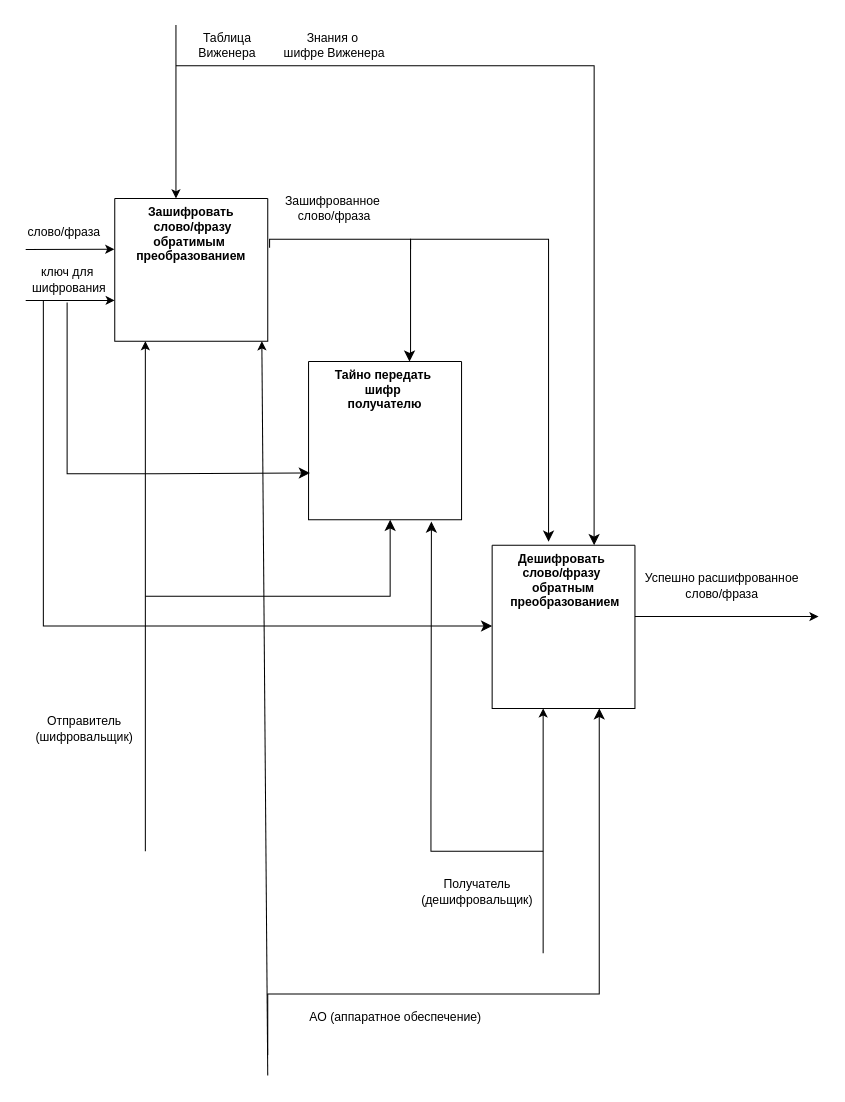
Before: page "IDEF уровень А1" (2 of 2) of Диаграмма без названия.drawio in Epicbro2222/IDEF0-diagram-, a draw.io diagram. Source tidied: cells renumbered, new cells numbered last; positions are measured from the earlier drawing's top-left corner, leaving out a move shared by most shapes. Both pictures are drawn from the tidied source at 102%, with x=0, y=0 at pixel (17, 24).
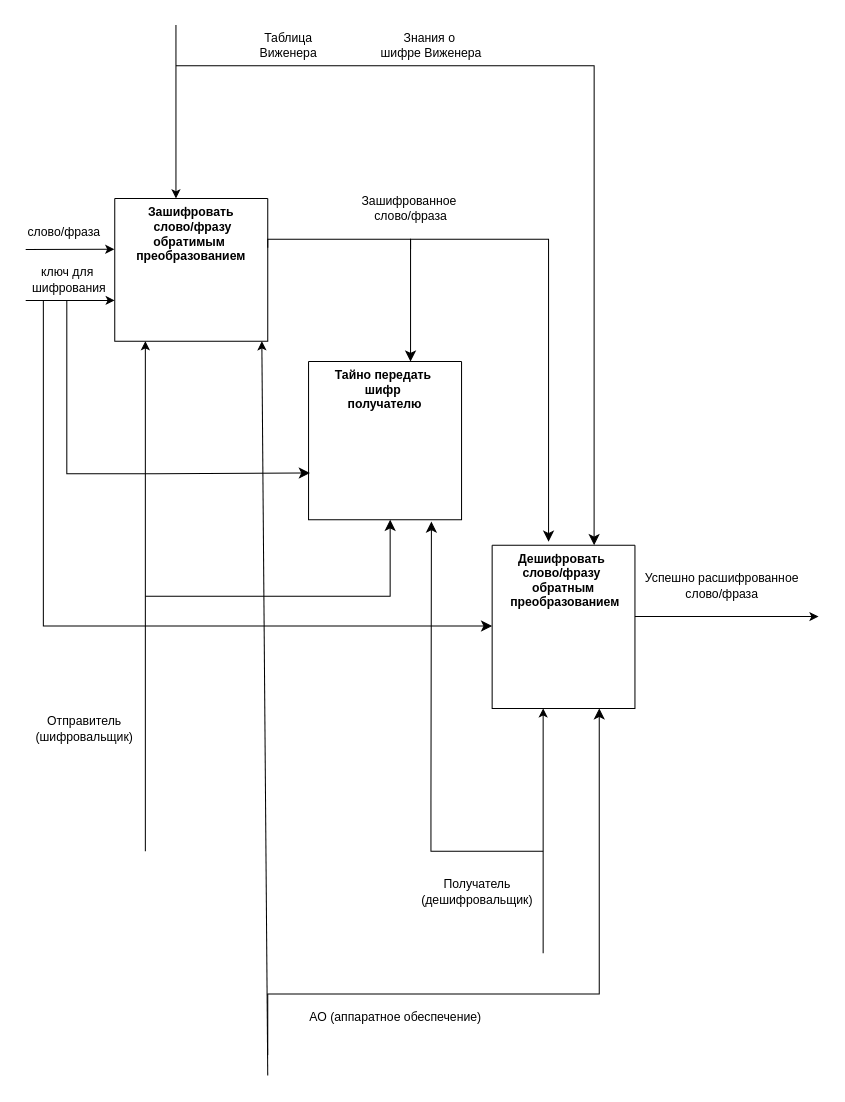
After the change.

The change refers to these unchanged cells:
```xml
<mxCell id="5" value="ключ для&amp;nbsp;&lt;div&gt;шифрования&lt;/div&gt;" style="text;html=1;align=center;verticalAlign=middle;points=[];strokeColor=none;fillColor=none;" parent="1" vertex="1">
  <mxGeometry y="230" width="100" height="40" as="geometry" />
</mxCell>
<mxCell id="6" value="Зашифровать&#10; слово/фразу обратимым &#10;преобразованием" style="swimlane;startSize=0;verticalAlign=top;whiteSpace=wrap;" parent="1" vertex="1">
  <mxGeometry x="95" y="170" width="150" height="140" as="geometry" />
</mxCell>
<mxCell id="7" value="Тайно передать &#10;шифр &#10;получателю" style="swimlane;startSize=0;verticalAlign=top;" parent="1" vertex="1">
  <mxGeometry x="285" y="330" width="150" height="155" as="geometry" />
</mxCell>
<mxCell id="8" value="Дешифровать &#10;слово/фразу &#10;обратным&#10; преобразованием&#10;&#10;" style="swimlane;startSize=0;verticalAlign=top;" parent="1" vertex="1">
  <mxGeometry x="465" y="510" width="140" height="160" as="geometry" />
</mxCell>
```

Diff of the diagram source:
```diff
@@
     <mxCell id="10" value="Таблица&lt;div&gt;Виженера&lt;/div&gt;" style="text;html=1;align=center;verticalAlign=middle;strokeColor=none;fillColor=none;" parent="1" vertex="1">
-      <mxGeometry x="165" width="80" height="40" as="geometry" />
+      <mxGeometry x="225" width="80" height="40" as="geometry" />
     </mxCell>
     <mxCell id="11" value="Знания о&amp;nbsp;&lt;div&gt;шифре Виженера&lt;/div&gt;" style="text;html=1;align=center;verticalAlign=middle;strokeColor=none;fillColor=none;" parent="1" vertex="1">
-      <mxGeometry x="250" width="120" height="40" as="geometry" />
+      <mxGeometry x="345" width="120" height="40" as="geometry" />
     </mxCell>
@@
-    <mxCell id="18" style="edgeStyle=segmentEdgeStyle;endArrow=classic;html=1;curved=0;rounded=0;endSize=8;startSize=8;exitX=1.012;exitY=0.345;exitDx=0;exitDy=0;exitPerimeter=0;" parent="1" edge="1" source="6">
+    <mxCell id="18" style="edgeStyle=segmentEdgeStyle;endArrow=classic;html=1;curved=0;rounded=0;endSize=8;startSize=8;exitX=1.012;exitY=0.345;exitDx=0;exitDy=0;exitPerimeter=0;" parent="1" edge="1">
       <mxGeometry relative="1" as="geometry">
-        <mxPoint x="384" y="330" as="targetPoint" />
+        <mxPoint x="245" y="218.3" as="sourcePoint" />
+        <mxPoint x="385" y="330" as="targetPoint" />
         <Array as="points">
-          <mxPoint x="247" y="210" />
+          <mxPoint x="245" y="210" />
           <mxPoint x="385" y="210" />
-          <mxPoint x="385" y="327" />
-          <mxPoint x="384" y="327" />
+          <mxPoint x="385" y="330" />
         </Array>
       </mxGeometry>
     </mxCell>
     <mxCell id="19" value="Зашифрованное&amp;nbsp;&lt;div&gt;слово/фраза&lt;/div&gt;" style="text;html=1;align=center;verticalAlign=middle;strokeColor=none;fillColor=none;" parent="1" vertex="1">
-      <mxGeometry x="250" y="160" width="120" height="40" as="geometry" />
+      <mxGeometry x="325" y="160" width="120" height="40" as="geometry" />
     </mxCell>
@@
-    <mxCell id="26" style="edgeStyle=segmentEdgeStyle;endArrow=classic;html=1;curved=0;rounded=0;endSize=8;startSize=8;entryX=0.395;entryY=-0.021;entryDx=0;entryDy=0;entryPerimeter=0;" parent="1" edge="1" target="8">
+    <mxCell id="26" style="edgeStyle=segmentEdgeStyle;endArrow=classic;html=1;curved=0;rounded=0;endSize=8;startSize=8;entryX=0.395;entryY=-0.021;entryDx=0;entryDy=0;entryPerimeter=0;" parent="1" edge="1">
       <mxGeometry relative="1" as="geometry">
         <mxPoint x="385" y="220" as="sourcePoint" />
+        <mxPoint x="520.3" y="506.6" as="targetPoint" />
         <Array as="points">
           <mxPoint x="385" y="210" />
           <mxPoint x="520" y="210" />
         </Array>
       </mxGeometry>
     </mxCell>
-    <mxCell id="27" style="edgeStyle=segmentEdgeStyle;endArrow=classic;html=1;curved=0;rounded=0;endSize=8;startSize=8;entryX=0.009;entryY=0.705;entryDx=0;entryDy=0;entryPerimeter=0;exitX=0.483;exitY=1.05;exitDx=0;exitDy=0;exitPerimeter=0;" parent="1" edge="1" source="5" target="7">
+    <mxCell id="27" style="edgeStyle=segmentEdgeStyle;endArrow=classic;html=1;curved=0;rounded=0;endSize=8;startSize=8;entryX=0.009;entryY=0.705;entryDx=0;entryDy=0;entryPerimeter=0;" parent="1" edge="1" target="7">
       <mxGeometry relative="1" as="geometry">
+        <mxPoint x="48" y="270" as="sourcePoint" />
         <Array as="points">
           <mxPoint x="48" y="440" />
           <mxPoint x="135" y="440" />
         </Array>
       </mxGeometry>
     </mxCell>
```
